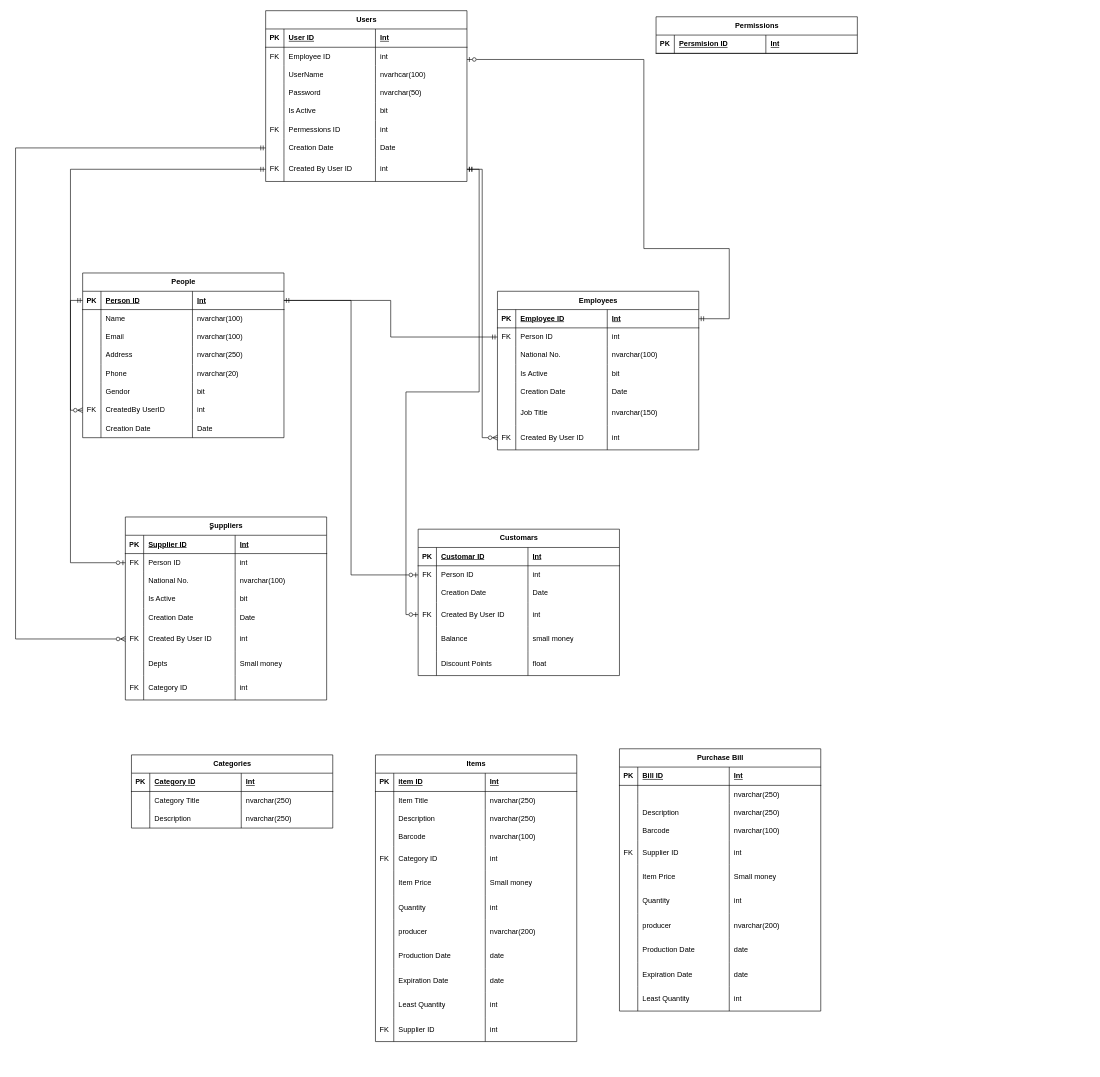
Before: SuperMarket_SchemaDesign.drawio in Beshlr/Supermarket-V-1.0, a draw.io diagram. Source tidied: cells renumbered, new cells numbered last; positions are measured from the earlier drawing's top-left corner, leaving out a move shared by most shapes. Both pictures are drawn from the tidied source at 61%, with x=0, y=0 at pixel (15, 10).
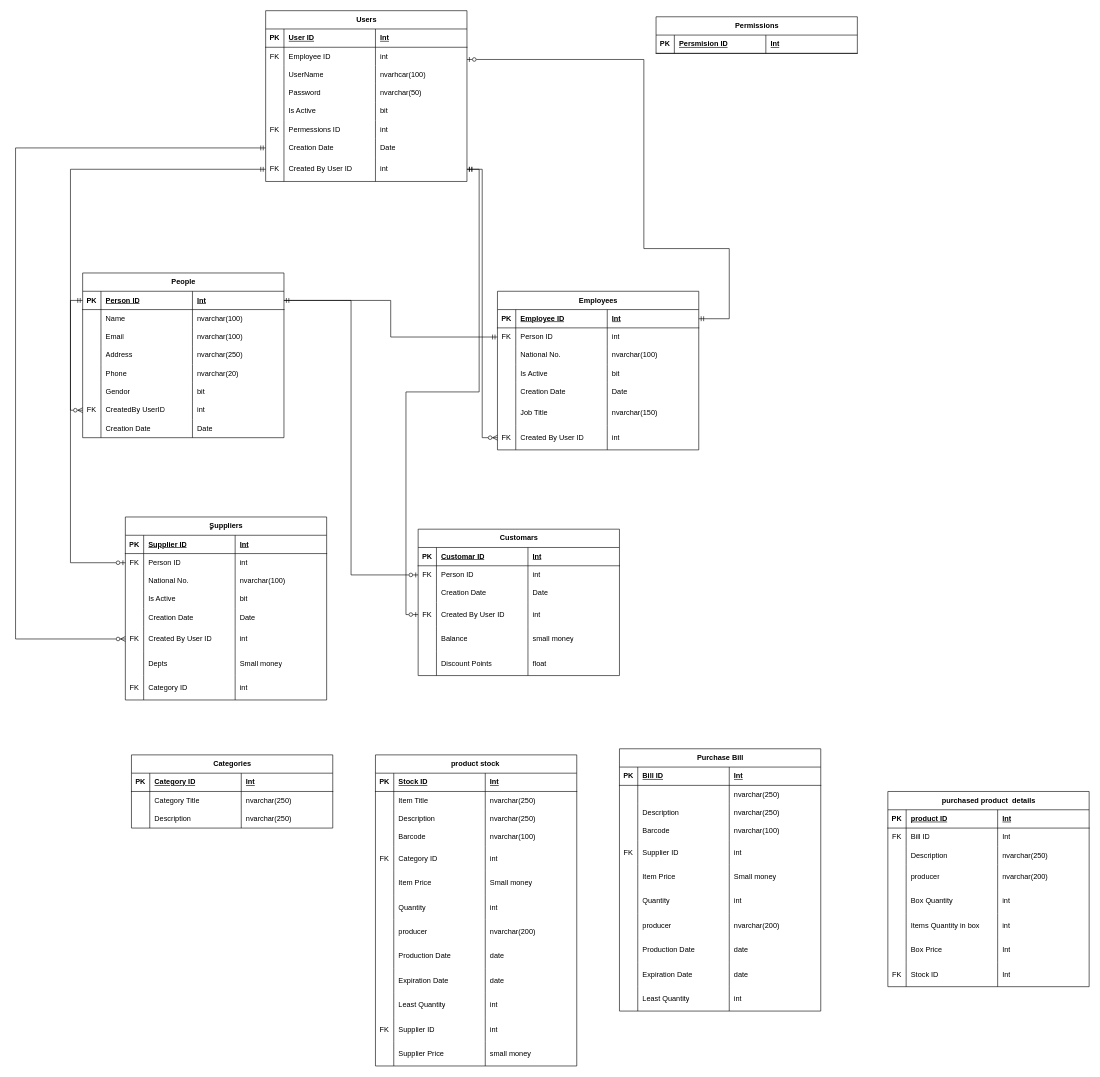
Above is the later version.

Unchanged cells that the change refers to:
```xml
<mxCell id="182" style="shape=tableRow;horizontal=0;startSize=0;swimlaneHead=0;swimlaneBody=0;fillColor=none;top=0;left=0;right=0;bottom=1;" parent="181" vertex="1">
  <mxGeometry y="30" width="330" height="30" as="geometry" />
</mxCell>
```

The edit, as a diff of the source:
```diff
@@
-    <mxCell id="181" value="Items" style="shape=table;startSize=30;childLayout=tableLayout;rowLines=0;fontStyle=1;align=center;html=1;" parent="1" vertex="1">
-      <mxGeometry x="590" y="1220" width="330" height="470" as="geometry" />
+    <mxCell id="181" value="product stock&amp;nbsp;" style="shape=table;startSize=30;childLayout=tableLayout;rowLines=0;fontStyle=1;align=center;html=1;" parent="1" vertex="1">
+      <mxGeometry x="590" y="1220" width="330" height="510" as="geometry" />
     </mxCell>
@@
-    <mxCell id="184" value="item ID" style="shape=partialRectangle;fillColor=none;top=0;left=0;bottom=0;right=0;align=left;spacingLeft=6;fontStyle=5;overflow=hidden;whiteSpace=wrap;html=1;" parent="182" vertex="1">
+    <mxCell id="184" value="Stock ID" style="shape=partialRectangle;fillColor=none;top=0;left=0;bottom=0;right=0;align=left;spacingLeft=6;fontStyle=5;overflow=hidden;whiteSpace=wrap;html=1;" parent="182" vertex="1">
       <mxGeometry x="30" width="150" height="30" as="geometry" />
     </mxCell>
@@
+    <mxCell id="275" style="shape=tableRow;horizontal=0;startSize=0;swimlaneHead=0;swimlaneBody=0;fillColor=none;top=0;left=0;right=0;bottom=0;" parent="181" vertex="1">
+      <mxGeometry y="470" width="330" height="40" as="geometry" />
+    </mxCell>
+    <mxCell id="276" style="shape=partialRectangle;fillColor=none;top=0;left=0;bottom=0;right=0;overflow=hidden;whiteSpace=wrap;html=1;" parent="275" vertex="1">
+      <mxGeometry width="30" height="40" as="geometry" />
+    </mxCell>
+    <mxCell id="277" value="Supplier Price&amp;nbsp;" style="shape=partialRectangle;fillColor=none;top=0;left=0;bottom=0;right=0;align=left;spacingLeft=6;overflow=hidden;whiteSpace=wrap;html=1;" parent="275" vertex="1">
+      <mxGeometry x="30" width="150" height="40" as="geometry" />
+    </mxCell>
+    <mxCell id="278" value="small money&amp;nbsp;" style="shape=partialRectangle;fillColor=none;top=0;left=0;bottom=0;right=0;align=left;spacingLeft=6;overflow=hidden;whiteSpace=wrap;html=1;" parent="275" vertex="1">
+      <mxGeometry x="180" width="150" height="40" as="geometry" />
+    </mxCell>
@@
+    <mxCell id="279" value="purchased product&amp;nbsp; details" style="shape=table;startSize=30;childLayout=tableLayout;rowLines=0;fontStyle=1;align=center;html=1;" parent="1" vertex="1">
+      <mxGeometry x="1430" y="1280" width="330" height="320" as="geometry" />
+    </mxCell>
+    <mxCell id="280" style="shape=tableRow;horizontal=0;startSize=0;swimlaneHead=0;swimlaneBody=0;fillColor=none;top=0;left=0;right=0;bottom=1;" parent="279" vertex="1">
+      <mxGeometry y="30" width="330" height="30" as="geometry" />
+    </mxCell>
+    <mxCell id="281" value="PK" style="shape=partialRectangle;fillColor=none;top=0;left=0;bottom=0;right=0;fontStyle=1;overflow=hidden;whiteSpace=wrap;html=1;" parent="280" vertex="1">
+      <mxGeometry width="30" height="30" as="geometry" />
+    </mxCell>
+    <mxCell id="282" value="product ID" style="shape=partialRectangle;fillColor=none;top=0;left=0;bottom=0;right=0;align=left;spacingLeft=6;fontStyle=5;overflow=hidden;whiteSpace=wrap;html=1;" parent="280" vertex="1">
+      <mxGeometry x="30" width="150" height="30" as="geometry" />
+    </mxCell>
+    <mxCell id="283" value="Int" style="shape=partialRectangle;fillColor=none;top=0;left=0;bottom=0;right=0;align=left;spacingLeft=6;fontStyle=5;overflow=hidden;whiteSpace=wrap;html=1;" parent="280" vertex="1">
+      <mxGeometry x="180" width="150" height="30" as="geometry" />
+    </mxCell>
+    <mxCell id="284" style="shape=tableRow;horizontal=0;startSize=0;swimlaneHead=0;swimlaneBody=0;fillColor=none;top=0;left=0;right=0;bottom=0;" parent="279" vertex="1">
+      <mxGeometry y="60" width="330" height="30" as="geometry" />
+    </mxCell>
+    <mxCell id="285" value="FK" style="shape=partialRectangle;fillColor=none;top=0;left=0;bottom=0;right=0;overflow=hidden;whiteSpace=wrap;html=1;" parent="284" vertex="1">
+      <mxGeometry width="30" height="30" as="geometry" />
+    </mxCell>
+    <mxCell id="286" value="Bill ID" style="shape=partialRectangle;fillColor=none;top=0;left=0;bottom=0;right=0;align=left;spacingLeft=6;overflow=hidden;whiteSpace=wrap;html=1;" parent="284" vertex="1">
+      <mxGeometry x="30" width="150" height="30" as="geometry" />
+    </mxCell>
+    <mxCell id="287" value="Int" style="shape=partialRectangle;fillColor=none;top=0;left=0;bottom=0;right=0;align=left;spacingLeft=6;overflow=hidden;whiteSpace=wrap;html=1;" parent="284" vertex="1">
+      <mxGeometry x="180" width="150" height="30" as="geometry" />
+    </mxCell>
+    <mxCell id="288" style="shape=tableRow;horizontal=0;startSize=0;swimlaneHead=0;swimlaneBody=0;fillColor=none;top=0;left=0;right=0;bottom=0;" parent="279" vertex="1">
+      <mxGeometry y="90" width="330" height="30" as="geometry" />
+    </mxCell>
+    <mxCell id="289" style="shape=partialRectangle;fillColor=none;top=0;left=0;bottom=0;right=0;overflow=hidden;whiteSpace=wrap;html=1;" parent="288" vertex="1">
+      <mxGeometry width="30" height="30" as="geometry" />
+    </mxCell>
+    <mxCell id="290" value="Description" style="shape=partialRectangle;fillColor=none;top=0;left=0;bottom=0;right=0;align=left;spacingLeft=6;overflow=hidden;whiteSpace=wrap;html=1;" parent="288" vertex="1">
+      <mxGeometry x="30" width="150" height="30" as="geometry" />
+    </mxCell>
+    <mxCell id="291" value="nvarchar(250)" style="shape=partialRectangle;fillColor=none;top=0;left=0;bottom=0;right=0;align=left;spacingLeft=6;overflow=hidden;whiteSpace=wrap;html=1;" parent="288" vertex="1">
+      <mxGeometry x="180" width="150" height="30" as="geometry" />
+    </mxCell>
+    <mxCell id="292" style="shape=tableRow;horizontal=0;startSize=0;swimlaneHead=0;swimlaneBody=0;fillColor=none;top=0;left=0;right=0;bottom=0;" parent="279" vertex="1">
+      <mxGeometry y="120" width="330" height="40" as="geometry" />
+    </mxCell>
+    <mxCell id="293" style="shape=partialRectangle;fillColor=none;top=0;left=0;bottom=0;right=0;overflow=hidden;whiteSpace=wrap;html=1;" parent="292" vertex="1">
+      <mxGeometry width="30" height="40" as="geometry" />
+    </mxCell>
+    <mxCell id="294" value="producer" style="shape=partialRectangle;fillColor=none;top=0;left=0;bottom=0;right=0;align=left;spacingLeft=6;overflow=hidden;whiteSpace=wrap;html=1;" parent="292" vertex="1">
+      <mxGeometry x="30" width="150" height="40" as="geometry" />
+    </mxCell>
+    <mxCell id="295" value="nvarchar(200)" style="shape=partialRectangle;fillColor=none;top=0;left=0;bottom=0;right=0;align=left;spacingLeft=6;overflow=hidden;whiteSpace=wrap;html=1;" parent="292" vertex="1">
+      <mxGeometry x="180" width="150" height="40" as="geometry" />
+    </mxCell>
+    <mxCell id="296" style="shape=tableRow;horizontal=0;startSize=0;swimlaneHead=0;swimlaneBody=0;fillColor=none;top=0;left=0;right=0;bottom=0;" parent="279" vertex="1">
+      <mxGeometry y="160" width="330" height="40" as="geometry" />
+    </mxCell>
+    <mxCell id="297" style="shape=partialRectangle;fillColor=none;top=0;left=0;bottom=0;right=0;overflow=hidden;whiteSpace=wrap;html=1;" parent="296" vertex="1">
+      <mxGeometry width="30" height="40" as="geometry" />
+    </mxCell>
+    <mxCell id="298" value="Box Quantity&amp;nbsp;" style="shape=partialRectangle;fillColor=none;top=0;left=0;bottom=0;right=0;align=left;spacingLeft=6;overflow=hidden;whiteSpace=wrap;html=1;" parent="296" vertex="1">
+      <mxGeometry x="30" width="150" height="40" as="geometry" />
+    </mxCell>
+    <mxCell id="299" value="int" style="shape=partialRectangle;fillColor=none;top=0;left=0;bottom=0;right=0;align=left;spacingLeft=6;overflow=hidden;whiteSpace=wrap;html=1;" parent="296" vertex="1">
+      <mxGeometry x="180" width="150" height="40" as="geometry" />
+    </mxCell>
+    <mxCell id="300" style="shape=tableRow;horizontal=0;startSize=0;swimlaneHead=0;swimlaneBody=0;fillColor=none;top=0;left=0;right=0;bottom=0;" parent="279" vertex="1">
+      <mxGeometry y="200" width="330" height="40" as="geometry" />
+    </mxCell>
+    <mxCell id="301" style="shape=partialRectangle;fillColor=none;top=0;left=0;bottom=0;right=0;overflow=hidden;whiteSpace=wrap;html=1;" parent="300" vertex="1">
+      <mxGeometry width="30" height="40" as="geometry" />
+    </mxCell>
+    <mxCell id="302" value="Items Quantity in box" style="shape=partialRectangle;fillColor=none;top=0;left=0;bottom=0;right=0;align=left;spacingLeft=6;overflow=hidden;whiteSpace=wrap;html=1;" parent="300" vertex="1">
+      <mxGeometry x="30" width="150" height="40" as="geometry" />
+    </mxCell>
+    <mxCell id="303" value="int" style="shape=partialRectangle;fillColor=none;top=0;left=0;bottom=0;right=0;align=left;spacingLeft=6;overflow=hidden;whiteSpace=wrap;html=1;" parent="300" vertex="1">
+      <mxGeometry x="180" width="150" height="40" as="geometry" />
+    </mxCell>
+    <mxCell id="304" style="shape=tableRow;horizontal=0;startSize=0;swimlaneHead=0;swimlaneBody=0;fillColor=none;top=0;left=0;right=0;bottom=0;" parent="279" vertex="1">
+      <mxGeometry y="240" width="330" height="40" as="geometry" />
+    </mxCell>
+    <mxCell id="305" style="shape=partialRectangle;fillColor=none;top=0;left=0;bottom=0;right=0;overflow=hidden;whiteSpace=wrap;html=1;" parent="304" vertex="1">
+      <mxGeometry width="30" height="40" as="geometry" />
+    </mxCell>
+    <mxCell id="306" value="Box Price" style="shape=partialRectangle;fillColor=none;top=0;left=0;bottom=0;right=0;align=left;spacingLeft=6;overflow=hidden;whiteSpace=wrap;html=1;" parent="304" vertex="1">
+      <mxGeometry x="30" width="150" height="40" as="geometry" />
+    </mxCell>
+    <mxCell id="307" value="Int" style="shape=partialRectangle;fillColor=none;top=0;left=0;bottom=0;right=0;align=left;spacingLeft=6;overflow=hidden;whiteSpace=wrap;html=1;" parent="304" vertex="1">
+      <mxGeometry x="180" width="150" height="40" as="geometry" />
+    </mxCell>
+    <mxCell id="308" style="shape=tableRow;horizontal=0;startSize=0;swimlaneHead=0;swimlaneBody=0;fillColor=none;top=0;left=0;right=0;bottom=0;" parent="279" vertex="1">
+      <mxGeometry y="280" width="330" height="40" as="geometry" />
+    </mxCell>
+    <mxCell id="309" value="FK" style="shape=partialRectangle;fillColor=none;top=0;left=0;bottom=0;right=0;overflow=hidden;whiteSpace=wrap;html=1;" parent="308" vertex="1">
+      <mxGeometry width="30" height="40" as="geometry" />
+    </mxCell>
+    <mxCell id="310" value="Stock ID" style="shape=partialRectangle;fillColor=none;top=0;left=0;bottom=0;right=0;align=left;spacingLeft=6;overflow=hidden;whiteSpace=wrap;html=1;" parent="308" vertex="1">
+      <mxGeometry x="30" width="150" height="40" as="geometry" />
+    </mxCell>
+    <mxCell id="311" value="Int" style="shape=partialRectangle;fillColor=none;top=0;left=0;bottom=0;right=0;align=left;spacingLeft=6;overflow=hidden;whiteSpace=wrap;html=1;" parent="308" vertex="1">
+      <mxGeometry x="180" width="150" height="40" as="geometry" />
+    </mxCell>
```
